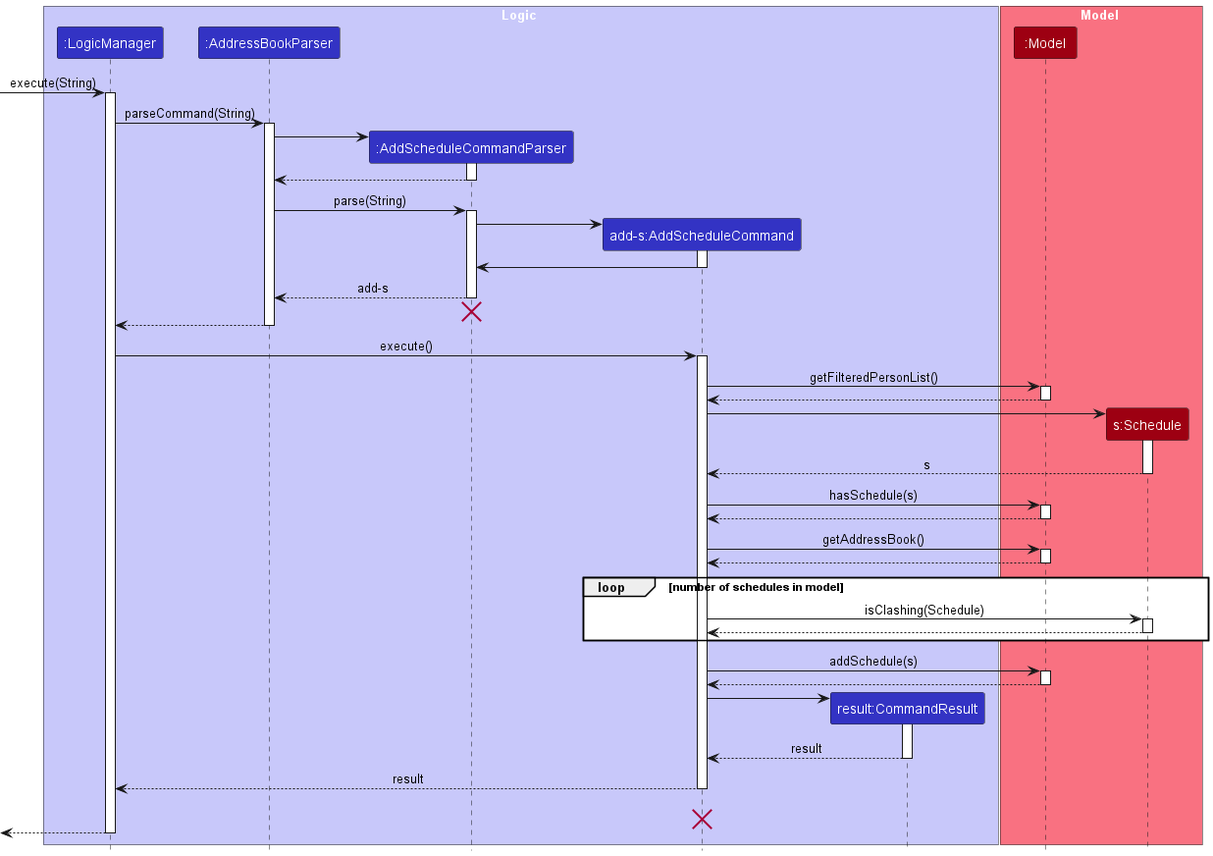
The PlantUML diagram docs/images/AddScheduleSequenceDiagram.png in nus-cs2103-AY2324S1/tp, before a commit.
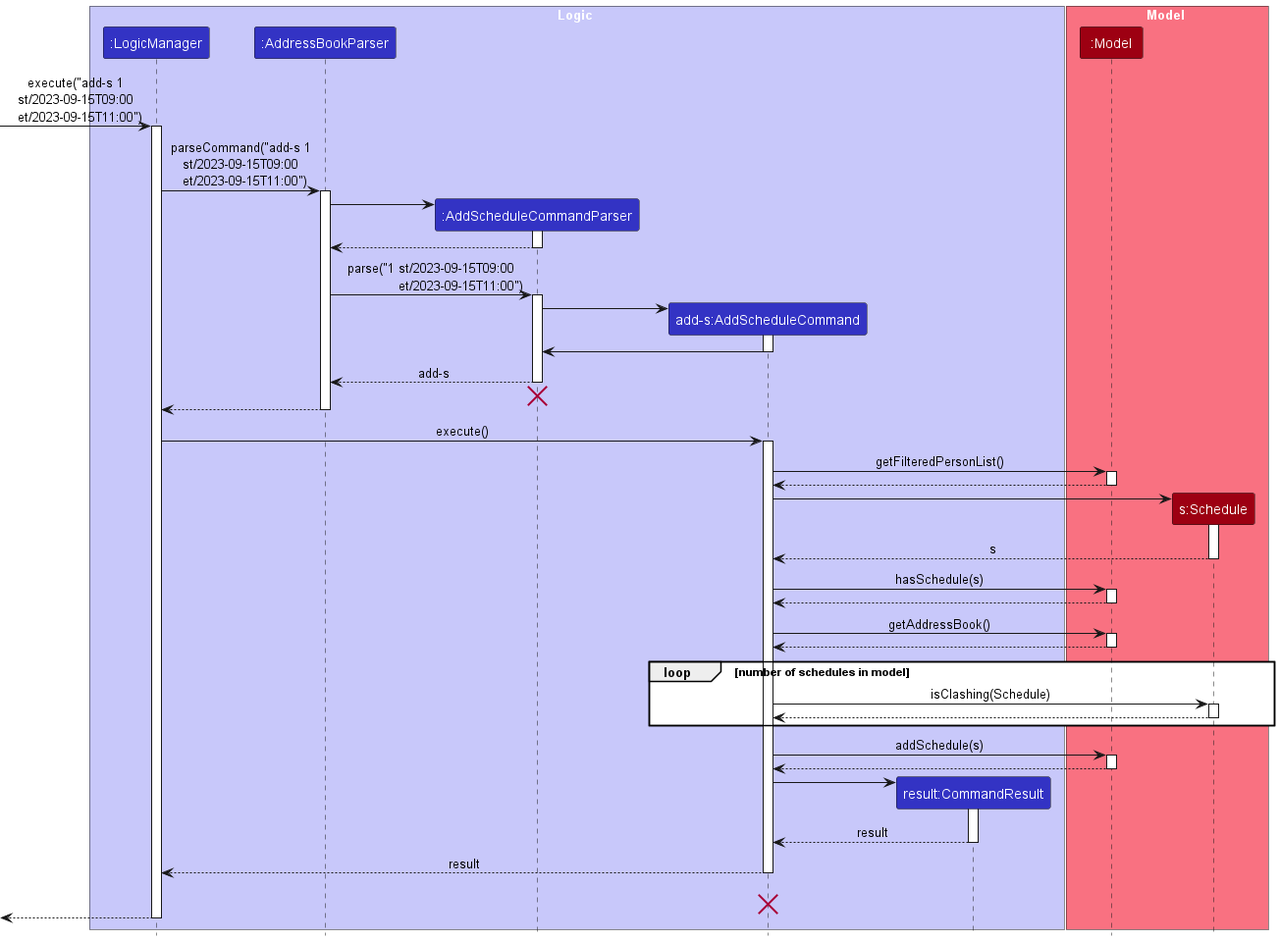
Later version of the same file.

Commit message:
Update add-s command and diagram

Change to the diagram source:
```diff
@@ -15,10 +15,10 @@
 participant ":Model" as Model MODEL_COLOR
 participant "s:Schedule" as Schedule MODEL_COLOR
 end box
-[-> LogicManager : execute(String)
+[-> LogicManager : execute("add-s 1\nst/2023-09-15T09:00\n  et/2023-09-15T11:00")
 activate LogicManager
 
-LogicManager -> AddressBookParser : parseCommand(String)
+LogicManager -> AddressBookParser : parseCommand("add-s 1\nst/2023-09-15T09:00\n  et/2023-09-15T11:00")
 activate AddressBookParser
 
 create AddScheduleCommandParser
@@ -29,7 +29,7 @@
 deactivate AddScheduleCommandParser
 
 
-AddressBookParser -> AddScheduleCommandParser : parse(String)
+AddressBookParser -> AddScheduleCommandParser : parse("1 st/2023-09-15T09:00\n               et/2023-09-15T11:00")
 activate AddScheduleCommandParser
 
 create AddScheduleCommand
```
